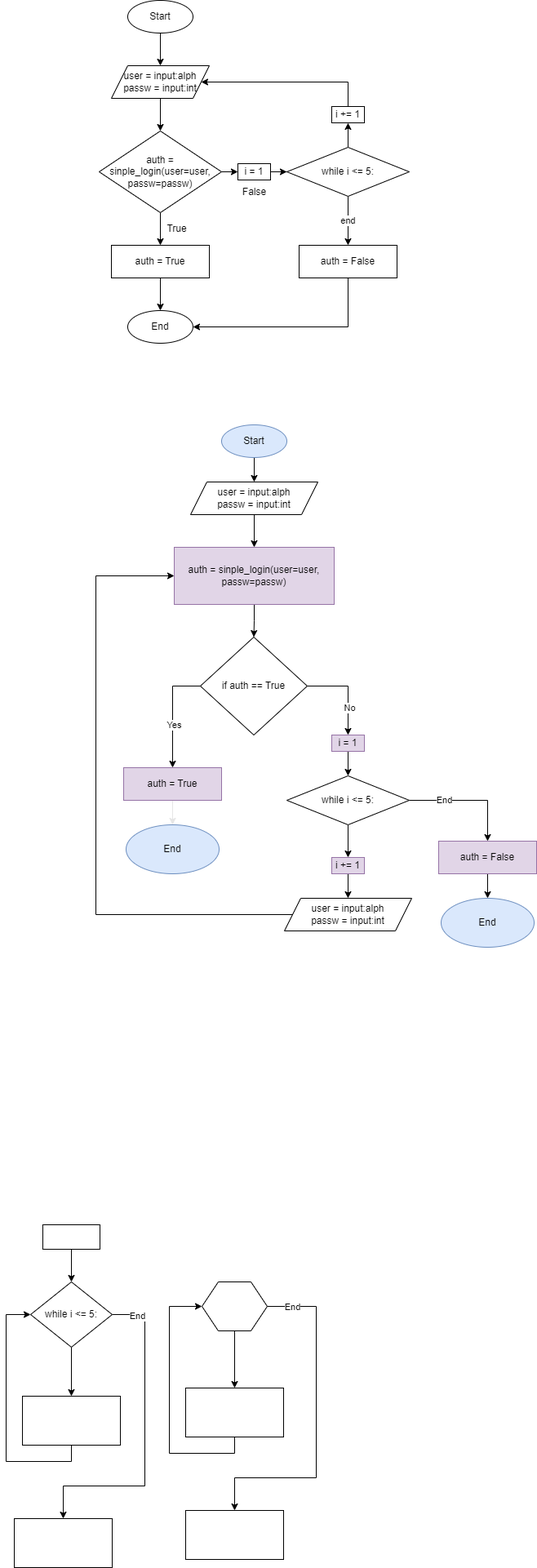
Verlonskg/Project_1 keeps this draw.io diagram as Project_001_Floch01.drawio.png. Above is the earlier version. Source tidied: cells renumbered, new cells last; positions are measured from the earlier drawing's top-left corner, leaving out a move shared by most shapes.
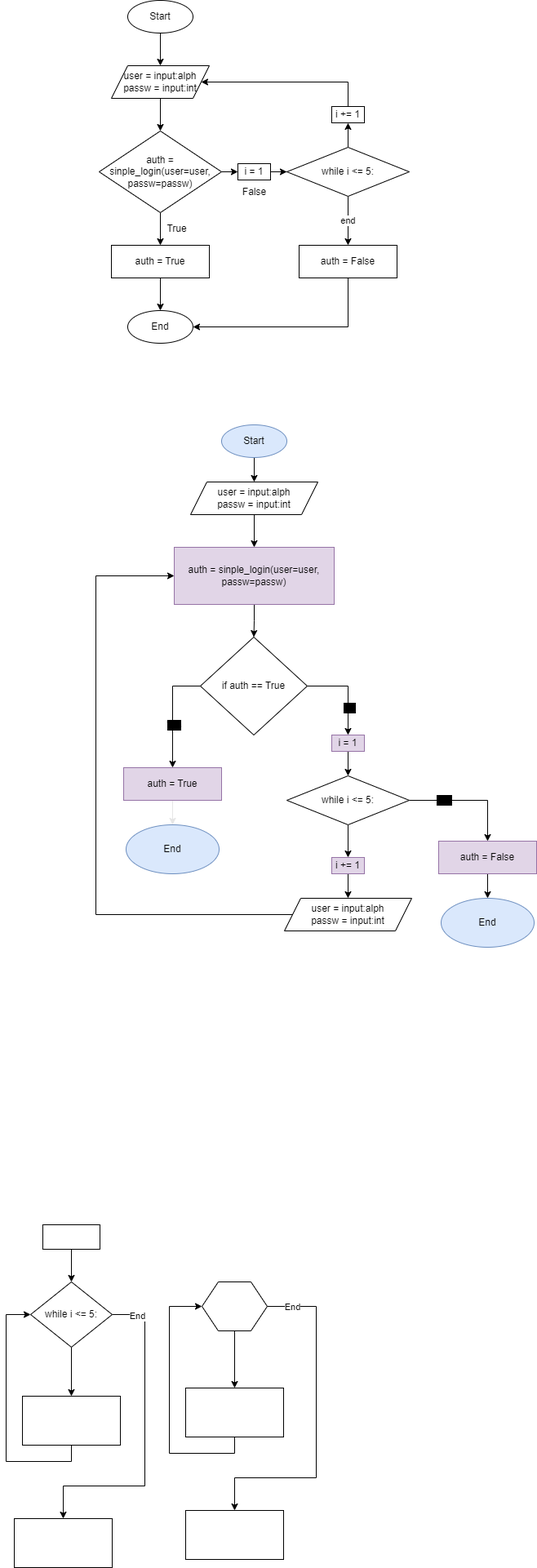
The same diagram one commit later.

What changed in the source:
```diff
@@ -179,13 +179,13 @@
         </Array>
       </mxGeometry>
     </mxCell>
-    <mxCell id="46" value="Yes" style="edgeLabel;html=1;align=center;verticalAlign=middle;fontColor=#000000;" parent="45" vertex="1">
+    <mxCell id="46" value="Yes" style="edgeLabel;html=1;align=center;verticalAlign=middle;fontColor=#000000;labelBackgroundColor=#000000;" parent="45" vertex="1">
       <mxGeometry x="0.21" y="1" relative="1" as="geometry" />
     </mxCell>
     <mxCell id="47" style="edgeStyle=orthogonalEdgeStyle;rounded=0;jettySize=auto;html=1;entryX=0.5;entryY=0;entryDx=0;entryDy=0;strokeColor=#000000;" parent="1" edge="1" source="49" target="53">
       <mxGeometry relative="1" as="geometry" />
     </mxCell>
-    <mxCell id="48" value="No" style="edgeLabel;html=1;align=center;verticalAlign=middle;fontColor=#000000;" parent="47" vertex="1">
+    <mxCell id="48" value="No" style="edgeLabel;html=1;align=center;verticalAlign=middle;fontColor=#000000;labelBackgroundColor=#000000;" parent="47" vertex="1">
       <mxGeometry x="0.39" y="1" relative="1" as="geometry" />
     </mxCell>
     <mxCell id="49" value="if auth == True" style="rhombus;whiteSpace=wrap;html=1;strokeColor=#000000;" parent="1" vertex="1">
@@ -209,7 +209,7 @@
     <mxCell id="55" style="edgeStyle=orthogonalEdgeStyle;rounded=0;jettySize=auto;html=1;entryX=0.5;entryY=0;entryDx=0;entryDy=0;strokeColor=#000000;" parent="1" edge="1" source="57" target="64">
       <mxGeometry relative="1" as="geometry" />
     </mxCell>
-    <mxCell id="56" value="End" style="edgeLabel;html=1;align=center;verticalAlign=middle;fontColor=#000000;" parent="55" vertex="1">
+    <mxCell id="56" value="End" style="edgeLabel;html=1;align=center;verticalAlign=middle;fontColor=#000000;labelBackgroundColor=#000000;" parent="55" vertex="1">
       <mxGeometry x="-0.42" y="1" relative="1" as="geometry" />
     </mxCell>
     <mxCell id="57" value="&lt;div style=&quot;&quot;&gt;&lt;br&gt;&lt;/div&gt;&lt;div style=&quot;&quot;&gt;while i &amp;lt;= 5:&lt;/div&gt;&lt;div style=&quot;&quot;&gt;&lt;br&gt;&lt;/div&gt;" style="rhombus;whiteSpace=wrap;html=1;strokeColor=#000000;" parent="1" vertex="1">
```
